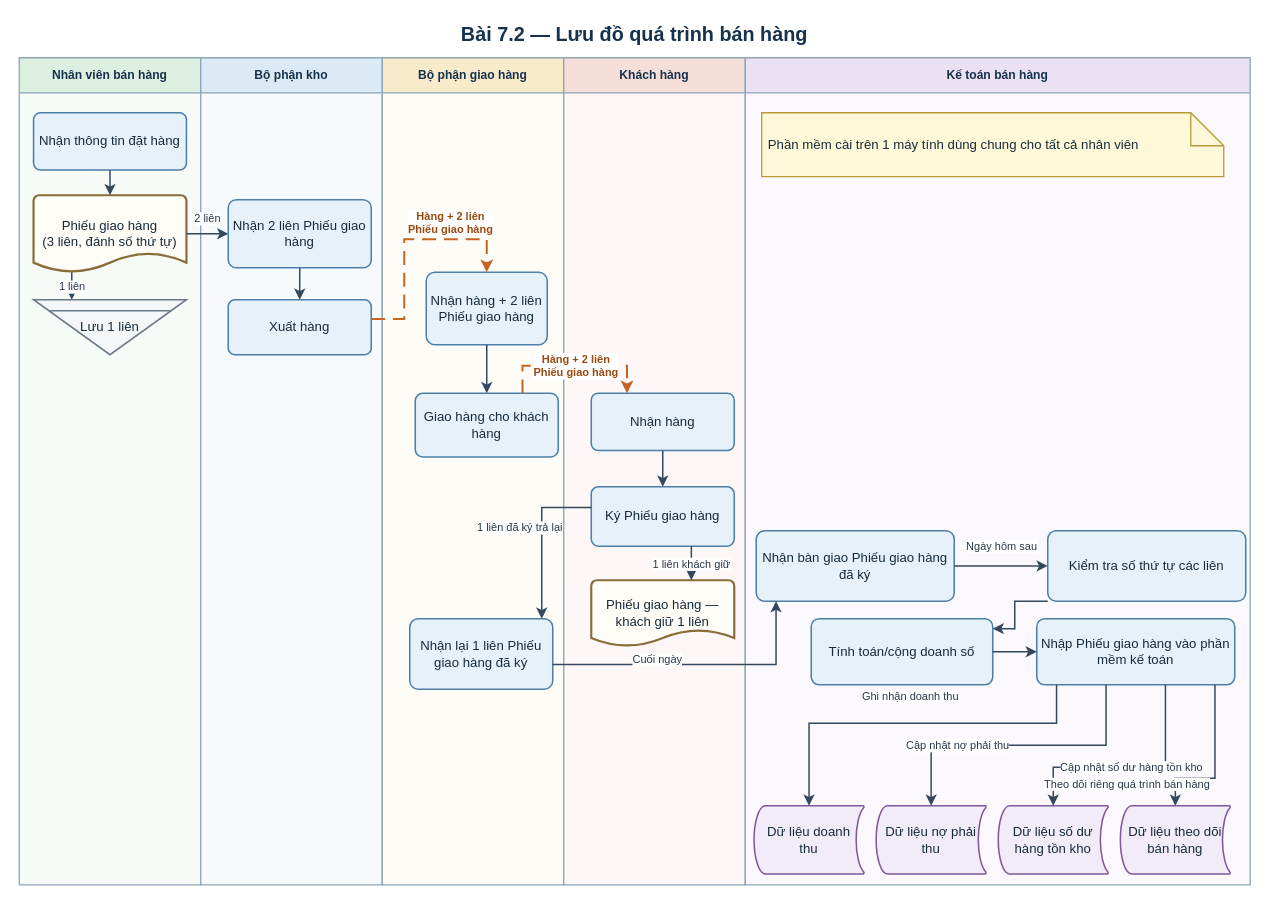
Above: assets/drawio/11_sales_flow.drawio in saigonbaddielover/thtrang (draw.io), before the change. Source tidied: cells renumbered, new cells numbered last; positions are measured from the earlier drawing's top-left corner, leaving out a move shared by most shapes. Both pictures are drawn from the tidied source at 110%, with x=0, y=0 at pixel (19, 19).
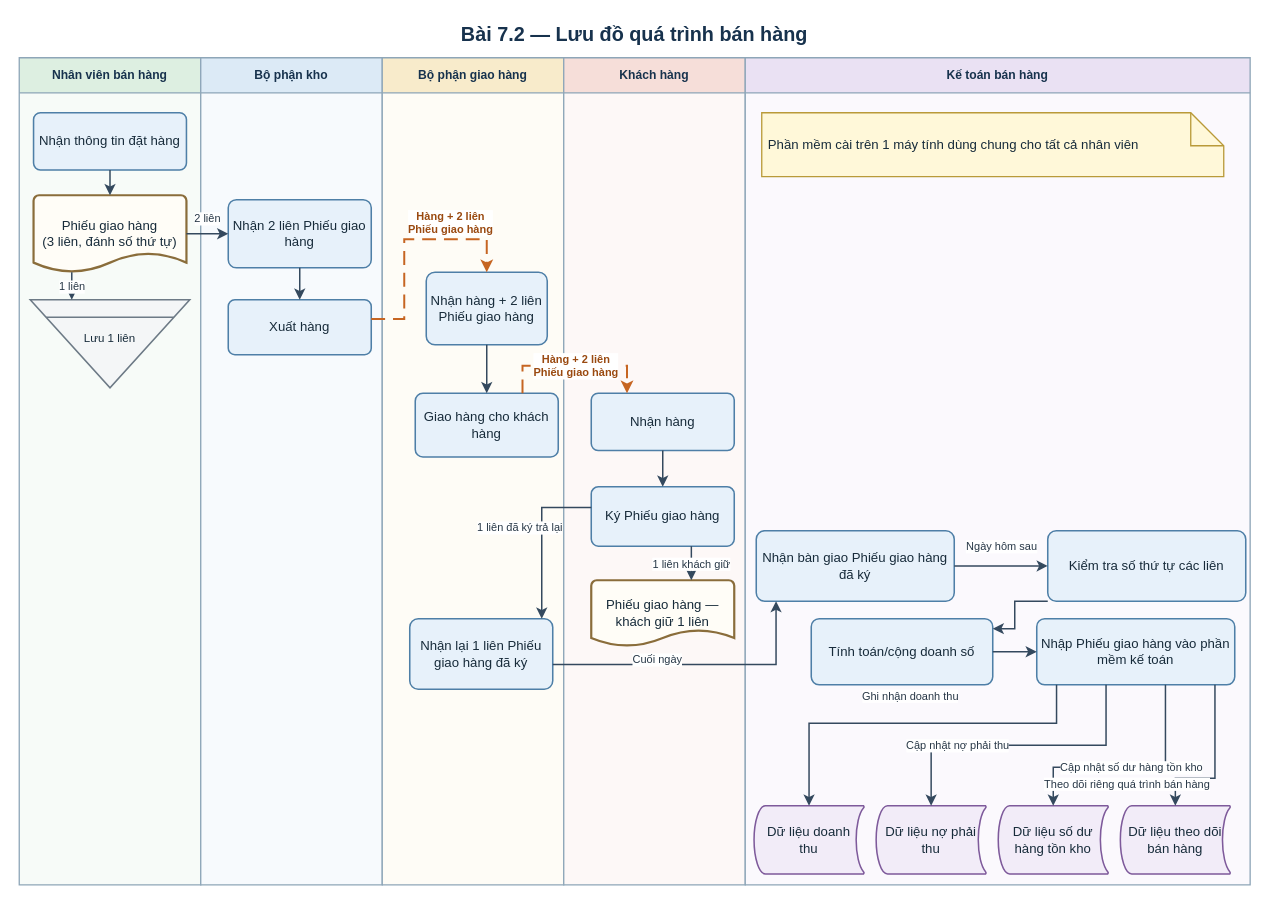
The same page after the edit.

Unchanged cells that the change refers to:
```xml
<mxCell id="3" value="Nhân viên bán hàng" style="swimlane;horizontal=1;startSize=32;html=1;whiteSpace=wrap;fontFamily=Arial;fontSize=11;fontStyle=1;fontColor=#17324D;align=center;verticalAlign=middle;rounded=0;fillColor=#DDEFE1;swimlaneFillColor=#F7FBF8;strokeColor=#8EA6B8;strokeWidth=1.2;" parent="1" vertex="1">
  <mxGeometry y="35" width="165" height="752" as="geometry" />
</mxCell>
<mxCell id="9" value="Phiếu giao hàng&lt;br&gt;(3 liên, đánh số thứ tự)" style="shape=mxgraph.flowchart.document2;size=0.25;html=1;whiteSpace=wrap;fontFamily=Arial;align=center;verticalAlign=middle;fontColor=#172B3A; fontSize=11;spacing=4;fillColor=#FFFDF7;strokeColor=#8A6D3B;strokeWidth=2;" parent="3" vertex="1">
  <mxGeometry x="13" y="125" width="139" height="70" as="geometry" />
</mxCell>
```

Diff of the diagram source:
```diff
@@
-    <mxCell id="10" value="Lưu 1 liên" style="shape=mxgraph.dfd.archive;html=1;whiteSpace=wrap;fontFamily=Arial;align=center;verticalAlign=middle;fontColor=#172B3A; fontSize=10.5;spacing=4;fillColor=#F4F6F7;strokeColor=#6D7A86;strokeWidth=1.4;" parent="3" vertex="1">
-      <mxGeometry x="13" y="220" width="139" height="50" as="geometry" />
+    <mxCell id="10" value="Lưu 1 liên" style="shape=mxgraph.dfd.archive;html=1;whiteSpace=wrap;fontFamily=Arial;align=center;verticalLabelPosition=middle;verticalAlign=middle;fontColor=#172B3A;fontSize=10.5;spacing=4;spacingBottom=10;fillColor=#F4F6F7;strokeColor=#6D7A86;strokeWidth=1.4;" parent="3" vertex="1">
+      <mxGeometry x="10" y="220" width="145" height="80" as="geometry" />
     </mxCell>
@@
-    <mxCell id="29" value="1 liên" style="edgeStyle=orthogonalEdgeStyle;rounded=0;jettySize=auto;html=1;fontFamily=Arial;fontSize=10;fontColor=#273746;labelBackgroundColor=#FFFFFF;strokeColor=#34495E;strokeWidth=1.35;endArrow=classic;endFill=1;exitX=0.25;exitY=1;entryX=0.25;entryY=0;" parent="1" edge="1" source="9" target="10">
+    <mxCell id="29" value="1 liên" style="edgeStyle=orthogonalEdgeStyle;rounded=0;jettySize=auto;html=1;fontFamily=Arial;fontSize=10;fontColor=#273746;labelBackgroundColor=#FFFFFF;strokeColor=#34495E;strokeWidth=1.35;endArrow=classic;endFill=1;exitX=0.25;exitY=1;entryX=0.2603448276;entryY=0;" parent="1" edge="1" source="9" target="10">
       <mxGeometry relative="1" as="geometry" />
     </mxCell>
```
